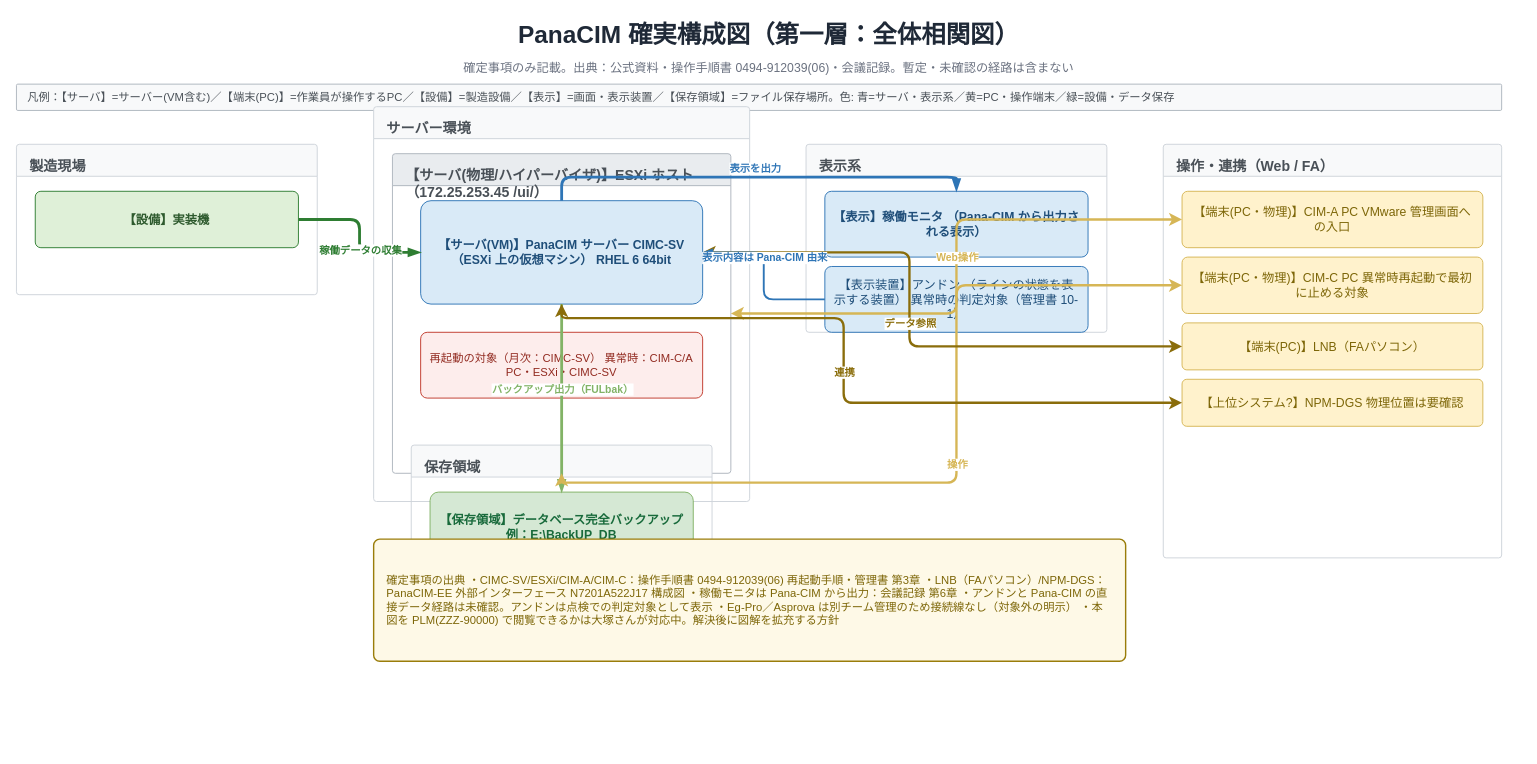
Before: page "第一層_全体相関図" (1 of 4) of workvault-sync/10_業務全般/PanaCIM_LNB/01_成果物/PanaCIM_LNB_確実構成図.drawio in nk-shino/work_vault, a draw.io diagram. Source tidied: cells renumbered, new cells numbered last; positions are measured from the earlier drawing's top-left corner, leaving out a move shared by most shapes. Both pictures are drawn from the tidied source at 94%, with x=0, y=0 at pixel (16, 16).
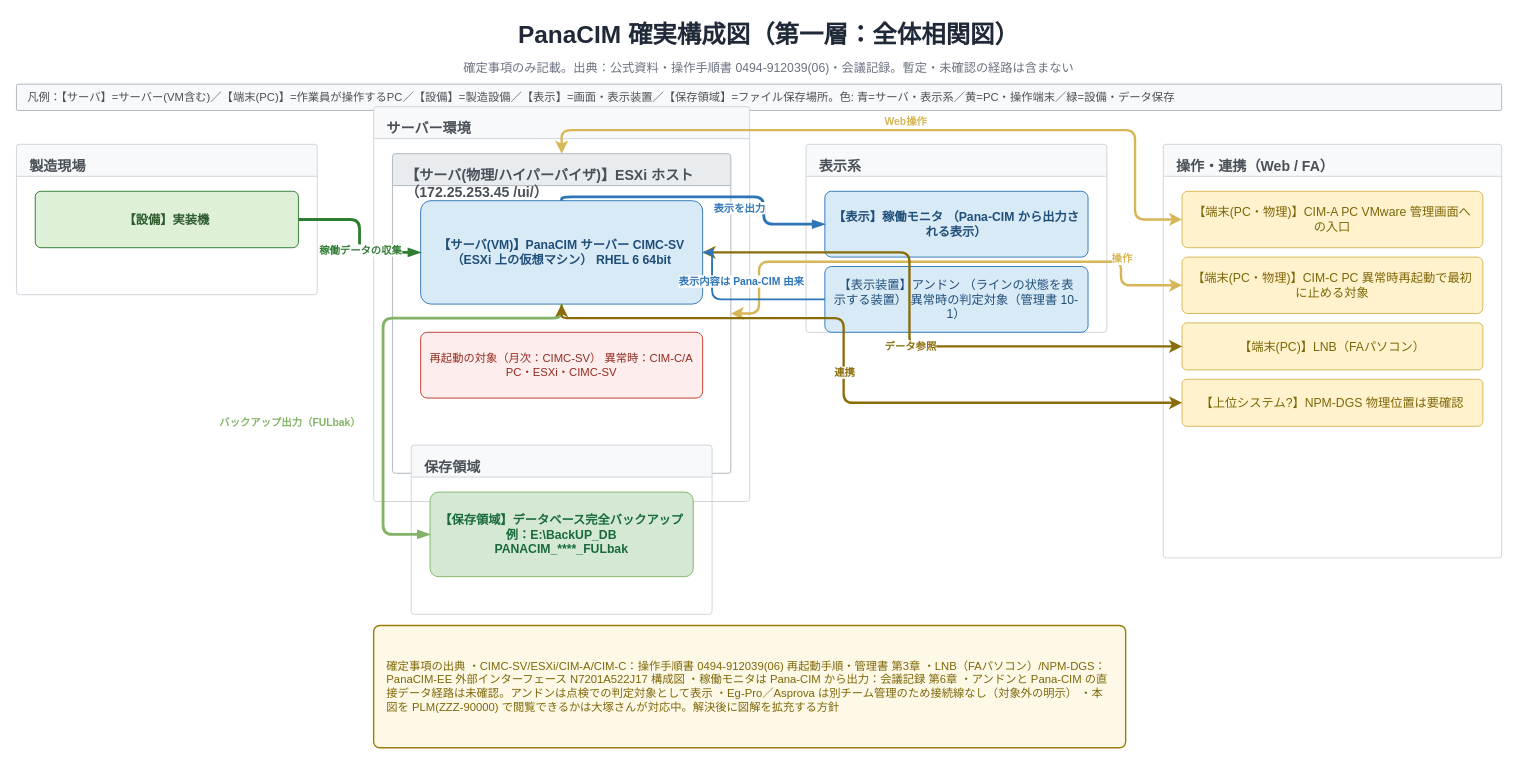
The same diagram, later.

The change refers to these unchanged cells:
```xml
<mxCell id="8" value="【サーバ(物理/ハイパーバイザ)】ESXi ホスト（172.25.253.45 /ui/）" style="swimlane;whiteSpace=wrap;html=1;fontFamily=Meiryo;startSize=34;fillColor=#E9ECEF;strokeColor=#ADB5BD;fontColor=#495057;fontSize=15;fontStyle=1;verticalAlign=top;align=left;spacingLeft=12;spacingTop=8;rounded=1;arcSize=3;" parent="7" vertex="1">
  <mxGeometry x="20" y="50" width="360" height="340" as="geometry" />
</mxCell>
<mxCell id="9" value="【サーバ(VM)】PanaCIM サーバー CIMC-SV（ESXi 上の仮想マシン） RHEL 6 64bit" style="rounded=1;whiteSpace=wrap;html=1;fontFamily=Meiryo;fillColor=#D9EAF7;strokeColor=#2E75B6;fontColor=#1F4E79;fontSize=13;fontStyle=1;arcSize=10;verticalAlign=middle;spacingLeft=8;spacingRight=8;spacingTop=4;spacingBottom=4;" parent="8" vertex="1">
  <mxGeometry x="30" y="50" width="300" height="110" as="geometry" />
</mxCell>
<mxCell id="12" value="【表示】稼働モニタ （Pana-CIM から出力される表示）" style="rounded=1;whiteSpace=wrap;html=1;fontFamily=Meiryo;fillColor=#D9EAF7;strokeColor=#2E75B6;fontColor=#1F4E79;fontSize=13;fontStyle=1;arcSize=10;verticalAlign=middle;spacingLeft=8;spacingRight=8;spacingTop=4;spacingBottom=4;" parent="11" vertex="1">
  <mxGeometry x="20" y="50" width="280" height="70" as="geometry" />
</mxCell>
<mxCell id="13" value="【表示装置】アンドン （ラインの状態を表示する装置） 異常時の判定対象（管理書 10-1）" style="rounded=1;whiteSpace=wrap;html=1;fontFamily=Meiryo;fillColor=#D9EAF7;strokeColor=#2E75B6;fontColor=#1F4E79;fontSize=13;arcSize=10;verticalAlign=middle;spacingLeft=8;spacingRight=8;spacingTop=4;spacingBottom=4;" parent="11" vertex="1">
  <mxGeometry x="20" y="130" width="280" height="70" as="geometry" />
</mxCell>
<mxCell id="15" value="【保存領域】データベース完全バックアップ 例：E:\BackUP_DB PANACIM_****_FULbak" style="rounded=1;whiteSpace=wrap;html=1;fontFamily=Meiryo;fillColor=#D5E8D4;strokeColor=#82B366;fontColor=#186A3B;fontSize=13;fontStyle=1;arcSize=10;verticalAlign=middle;spacingLeft=8;spacingRight=8;spacingTop=4;spacingBottom=4;" parent="14" vertex="1">
  <mxGeometry x="20" y="50" width="280" height="90" as="geometry" />
</mxCell>
<mxCell id="17" value="【端末(PC・物理)】CIM-A PC VMware 管理画面への入口" style="rounded=1;whiteSpace=wrap;html=1;fontFamily=Meiryo;fillColor=#FFF2CC;strokeColor=#D6B656;fontColor=#7D6608;fontSize=13;arcSize=10;verticalAlign=middle;spacingLeft=8;spacingRight=8;spacingTop=4;spacingBottom=4;" parent="16" vertex="1">
  <mxGeometry x="20" y="50" width="320" height="60" as="geometry" />
</mxCell>
<mxCell id="18" value="【端末(PC・物理)】CIM-C PC 異常時再起動で最初に止める対象" style="rounded=1;whiteSpace=wrap;html=1;fontFamily=Meiryo;fillColor=#FFF2CC;strokeColor=#D6B656;fontColor=#7D6608;fontSize=13;arcSize=10;verticalAlign=middle;spacingLeft=8;spacingRight=8;spacingTop=4;spacingBottom=4;" parent="16" vertex="1">
  <mxGeometry x="20" y="120" width="320" height="60" as="geometry" />
</mxCell>
<mxCell id="31" style="edgeStyle=orthogonalEdgeStyle;rounded=1;html=1;fontFamily=Meiryo;strokeColor=#8A6D0B;strokeWidth=2.5;startArrow=classic;endArrow=classic;fontSize=11;labelBackgroundColor=#FFFFFF;exitX=0;exitY=0.5;entryX=1;entryY=0.5;exitDx=0;exitDy=0;entryDx=0;entryDy=0;" parent="1" edge="1" source="19" target="9">
  <mxGeometry relative="1" as="geometry">
    <Array as="points">
      <mxPoint x="950" y="351" />
      <mxPoint x="950" y="251" />
    </Array>
  </mxGeometry>
</mxCell>
```

Change to the diagram source:
```diff
@@
-    <mxCell id="23" style="edgeStyle=orthogonalEdgeStyle;rounded=1;html=1;fontFamily=Meiryo;strokeColor=#2E75B6;strokeWidth=3;endArrow=blockThin;endFill=1;fontSize=11;labelBackgroundColor=#FFFFFF;exitX=0.5;exitY=0;entryX=0.5;entryY=0;exitDx=0;exitDy=0;entryDx=0;entryDy=0;" parent="1" edge="1" source="9" target="12">
+    <mxCell id="23" style="edgeStyle=orthogonalEdgeStyle;rounded=1;html=1;fontFamily=Meiryo;strokeColor=#2E75B6;strokeWidth=3;endArrow=blockThin;endFill=1;fontSize=11;labelBackgroundColor=#FFFFFF;exitX=0.5;exitY=0;entryX=0;entryY=0.5;exitDx=0;exitDy=0;entryDx=0;entryDy=0;" parent="1" edge="1" source="9" target="12">
       <mxGeometry relative="1" as="geometry">
         <Array as="points">
-          <mxPoint x="580" y="171" />
-          <mxPoint x="1000" y="171" />
+          <mxPoint x="580" y="192" />
+          <mxPoint x="795" y="192" />
+          <mxPoint x="795" y="221" />
         </Array>
       </mxGeometry>
     </mxCell>
     <mxCell id="24" value="表示を出力" style="edgeLabel;html=1;fontFamily=Meiryo;align=center;verticalAlign=middle;fontSize=11;fontColor=#2E75B6;labelBackgroundColor=#FFFFFF;fontStyle=1;" parent="23" vertex="1">
-      <mxGeometry relative="1" as="geometry">
-        <mxPoint y="-10" as="offset" />
+      <mxGeometry x="0.23" relative="1" as="geometry">
+        <mxPoint y="11" as="offset" />
       </mxGeometry>
     </mxCell>
-    <mxCell id="25" style="edgeStyle=orthogonalEdgeStyle;rounded=1;html=1;fontFamily=Meiryo;strokeColor=#82B366;strokeWidth=3;endArrow=blockThin;endFill=1;fontSize=11;labelBackgroundColor=#FFFFFF;exitX=0.5;exitY=1;entryX=0.5;entryY=0;exitDx=0;exitDy=0;entryDx=0;entryDy=0;" parent="1" edge="1" source="9" target="15">
-      <mxGeometry relative="1" as="geometry" />
+    <mxCell id="25" style="edgeStyle=orthogonalEdgeStyle;rounded=1;html=1;fontFamily=Meiryo;strokeColor=#82B366;strokeWidth=3;endArrow=blockThin;endFill=1;fontSize=11;labelBackgroundColor=#FFFFFF;exitX=0.5;exitY=1;entryX=0;entryY=0.5;exitDx=0;exitDy=0;entryDx=0;entryDy=0;" parent="1" edge="1" source="9" target="15">
+      <mxGeometry relative="1" as="geometry">
+        <Array as="points">
+          <mxPoint x="580" y="321" />
+          <mxPoint x="390" y="321" />
+          <mxPoint x="390" y="551" />
+        </Array>
+      </mxGeometry>
     </mxCell>
     <mxCell id="26" value="バックアップ出力（FULbak）" style="edgeLabel;html=1;fontFamily=Meiryo;align=center;verticalAlign=middle;fontSize=11;fontColor=#82B366;labelBackgroundColor=#FFFFFF;fontStyle=1;" parent="25" vertex="1">
-      <mxGeometry relative="1" as="geometry">
-        <mxPoint y="-10" as="offset" />
+      <mxGeometry x="0.3" relative="1" as="geometry">
+        <mxPoint x="-100" as="offset" />
       </mxGeometry>
     </mxCell>
-    <mxCell id="27" style="edgeStyle=orthogonalEdgeStyle;rounded=1;html=1;fontFamily=Meiryo;strokeColor=#D6B656;strokeWidth=2.5;startArrow=classic;endArrow=classic;fontSize=11;labelBackgroundColor=#FFFFFF;exitX=0;exitY=0.5;entryX=1;entryY=0.5;exitDx=0;exitDy=0;entryDx=0;entryDy=0;" parent="1" edge="1" source="17" target="8">
-      <mxGeometry relative="1" as="geometry" />
+    <mxCell id="27" style="edgeStyle=orthogonalEdgeStyle;rounded=1;html=1;fontFamily=Meiryo;strokeColor=#D6B656;strokeWidth=2.5;startArrow=classic;endArrow=classic;fontSize=11;labelBackgroundColor=#FFFFFF;exitX=0;exitY=0.5;entryX=0.5;entryY=0;exitDx=0;exitDy=0;entryDx=0;entryDy=0;" parent="1" edge="1" source="17" target="8">
+      <mxGeometry relative="1" as="geometry">
+        <Array as="points">
+          <mxPoint x="1190" y="216" />
+          <mxPoint x="1190" y="121" />
+          <mxPoint x="580" y="121" />
+        </Array>
+      </mxGeometry>
     </mxCell>
@@
-    <mxCell id="29" style="edgeStyle=orthogonalEdgeStyle;rounded=1;html=1;fontFamily=Meiryo;strokeColor=#D6B656;strokeWidth=2.5;startArrow=classic;endArrow=classic;fontSize=11;labelBackgroundColor=#FFFFFF;exitX=0;exitY=0.5;entryX=0.5;entryY=1;exitDx=0;exitDy=0;entryDx=0;entryDy=0;" parent="1" edge="1" source="18" target="8">
-      <mxGeometry relative="1" as="geometry" />
+    <mxCell id="29" style="edgeStyle=orthogonalEdgeStyle;rounded=1;html=1;fontFamily=Meiryo;strokeColor=#D6B656;strokeWidth=2.5;startArrow=classic;endArrow=classic;fontSize=11;labelBackgroundColor=#FFFFFF;exitX=0;exitY=0.5;entryX=1;entryY=0.5;exitDx=0;exitDy=0;entryDx=0;entryDy=0;" parent="1" edge="1" source="18" target="8">
+      <mxGeometry relative="1" as="geometry">
+        <Array as="points">
+          <mxPoint x="1175" y="261" />
+          <mxPoint x="790" y="261" />
+          <mxPoint x="790" y="316" />
+        </Array>
+      </mxGeometry>
     </mxCell>
     <mxCell id="30" value="操作" style="edgeLabel;html=1;fontFamily=Meiryo;align=center;verticalAlign=middle;fontSize=11;fontColor=#D6B656;labelBackgroundColor=#FFFFFF;fontStyle=1;" parent="29" vertex="1">
-      <mxGeometry relative="1" as="geometry">
+      <mxGeometry x="-0.7" relative="1" as="geometry">
         <mxPoint y="-10" as="offset" />
       </mxGeometry>
     </mxCell>
@@
     <mxCell id="32" value="データ参照" style="edgeLabel;html=1;fontFamily=Meiryo;align=center;verticalAlign=middle;fontSize=11;fontColor=#8A6D0B;labelBackgroundColor=#FFFFFF;fontStyle=1;" parent="31" vertex="1">
       <mxGeometry relative="1" as="geometry">
-        <mxPoint y="-10" as="offset" />
+        <mxPoint y="14" as="offset" />
       </mxGeometry>
     </mxCell>
@@
     <mxCell id="35" style="edgeStyle=orthogonalEdgeStyle;rounded=1;html=1;fontFamily=Meiryo;strokeColor=#2E75B6;strokeWidth=2;endArrow=blockThin;endFill=1;fontSize=11;labelBackgroundColor=#FFFFFF;exitX=0;exitY=0.5;entryX=1;entryY=0.5;exitDx=0;exitDy=0;entryDx=0;entryDy=0;" parent="1" edge="1" source="13" target="9">
-      <mxGeometry relative="1" as="geometry" />
+      <mxGeometry relative="1" as="geometry">
+        <Array as="points">
+          <mxPoint x="740" y="301" />
+          <mxPoint x="740" y="251" />
+        </Array>
+      </mxGeometry>
     </mxCell>
@@
     <mxCell id="37" value="確定事項の出典 ・CIMC-SV/ESXi/CIM-A/CIM-C：操作手順書 0494-912039(06) 再起動手順・管理書 第3章 ・LNB（FAパソコン）/NPM-DGS：PanaCIM-EE 外部インターフェース N7201A522J17 構成図 ・稼働モニタは Pana-CIM から出力：会議記録 第6章 ・アンドンと Pana-CIM の直接データ経路は未確認。アンドンは点検での判定対象として表示 ・Eg-Pro／Asprova は別チーム管理のため接続線なし（対象外の明示） ・本図を PLM(ZZZ-90000) で閲覧できるかは大塚さんが対応中。解決後に図解を拡充する方針" style="rounded=1;whiteSpace=wrap;html=1;fontFamily=Meiryo;fillColor=#FEF9E7;strokeColor=#9A7D0A;strokeWidth=1.5;fontSize=12;align=left;spacingLeft=12;spacingRight=12;verticalAlign=middle;fontColor=#7D6608;arcSize=5;" parent="1" vertex="1">
-      <mxGeometry x="380" y="556" width="800" height="130" as="geometry" />
+      <mxGeometry x="380" y="648" width="800" height="130" as="geometry" />
     </mxCell>
```
